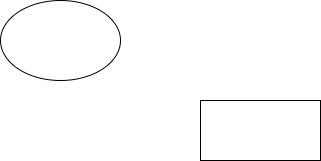
This is drawioDemos/demopng.drawio.png from veponen/ITProjektienPerusteet, a draw.io export, as it was before one commit. Source tidied: cells renumbered, new cells last; positions are measured from the earlier drawing's top-left corner, leaving out a move shared by most shapes.
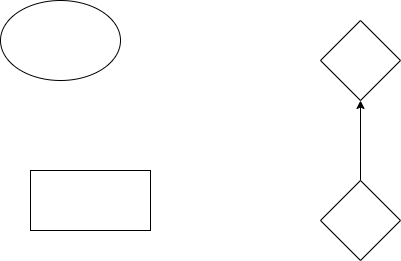
The same diagram one commit later.

Commit message:
png toimii, muutostesti

Diff of the diagram source:
```diff
@@ -3,10 +3,19 @@
     <mxCell id="0" />
     <mxCell id="1" parent="0" />
     <mxCell id="2" style="rounded=0;whiteSpace=wrap;html=1;" parent="1" vertex="1">
-      <mxGeometry x="200" y="100" width="120" height="60" as="geometry" />
+      <mxGeometry x="30" y="170" width="120" height="60" as="geometry" />
     </mxCell>
     <mxCell id="3" style="ellipse;whiteSpace=wrap;html=1;" parent="1" vertex="1">
       <mxGeometry width="120" height="80" as="geometry" />
     </mxCell>
+    <mxCell id="4" style="edgeStyle=none;html=1;" parent="1" edge="1" source="5" target="6">
+      <mxGeometry relative="1" as="geometry" />
+    </mxCell>
+    <mxCell id="5" style="rhombus;whiteSpace=wrap;html=1;" parent="1" vertex="1">
+      <mxGeometry x="320" y="180" width="80" height="80" as="geometry" />
+    </mxCell>
+    <mxCell id="6" style="rhombus;whiteSpace=wrap;html=1;" parent="1" vertex="1">
+      <mxGeometry x="320" y="20" width="80" height="80" as="geometry" />
+    </mxCell>
   </root>
 </mxGraphModel>
```
